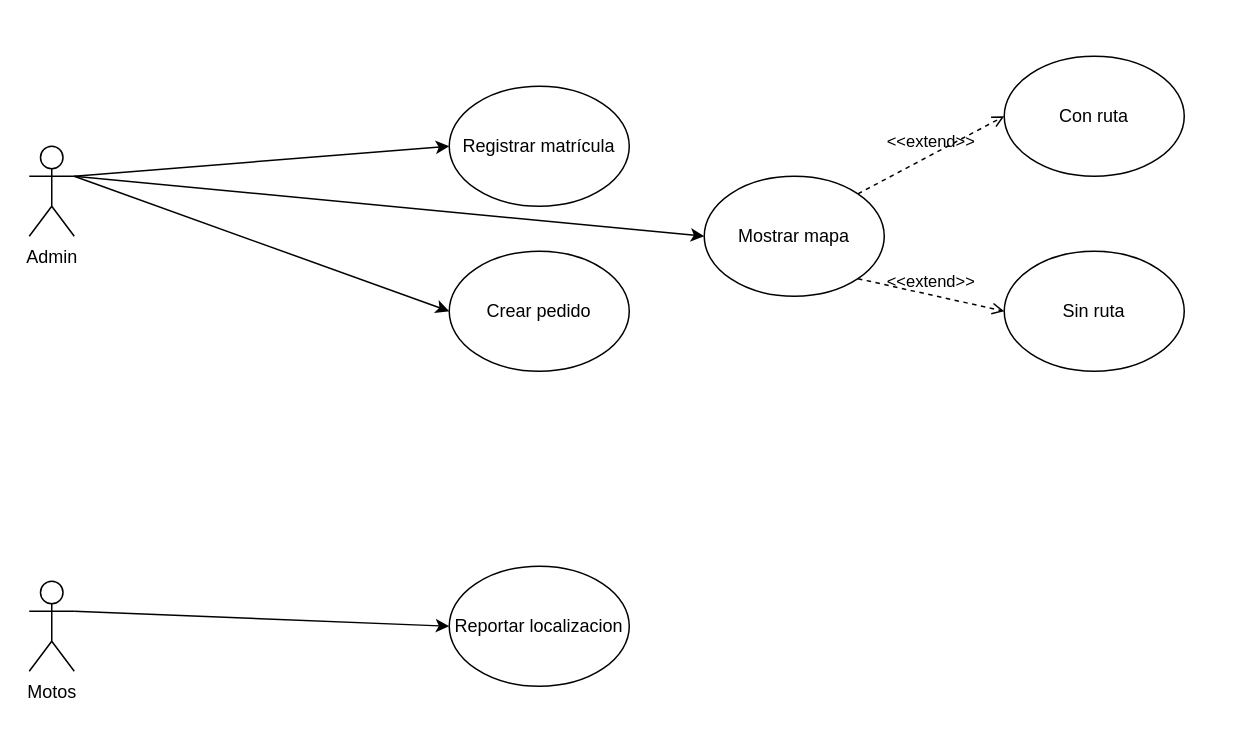
Above: Actividad2 - Delivery.drawio in Buhuk/diagramas (draw.io), before the change. Source tidied: cells renumbered, new cells numbered last; positions are measured from the earlier drawing's top-left corner, leaving out a move shared by most shapes. Both pictures are drawn from the tidied source at 150%, with x=0, y=0 at pixel (28, 56).
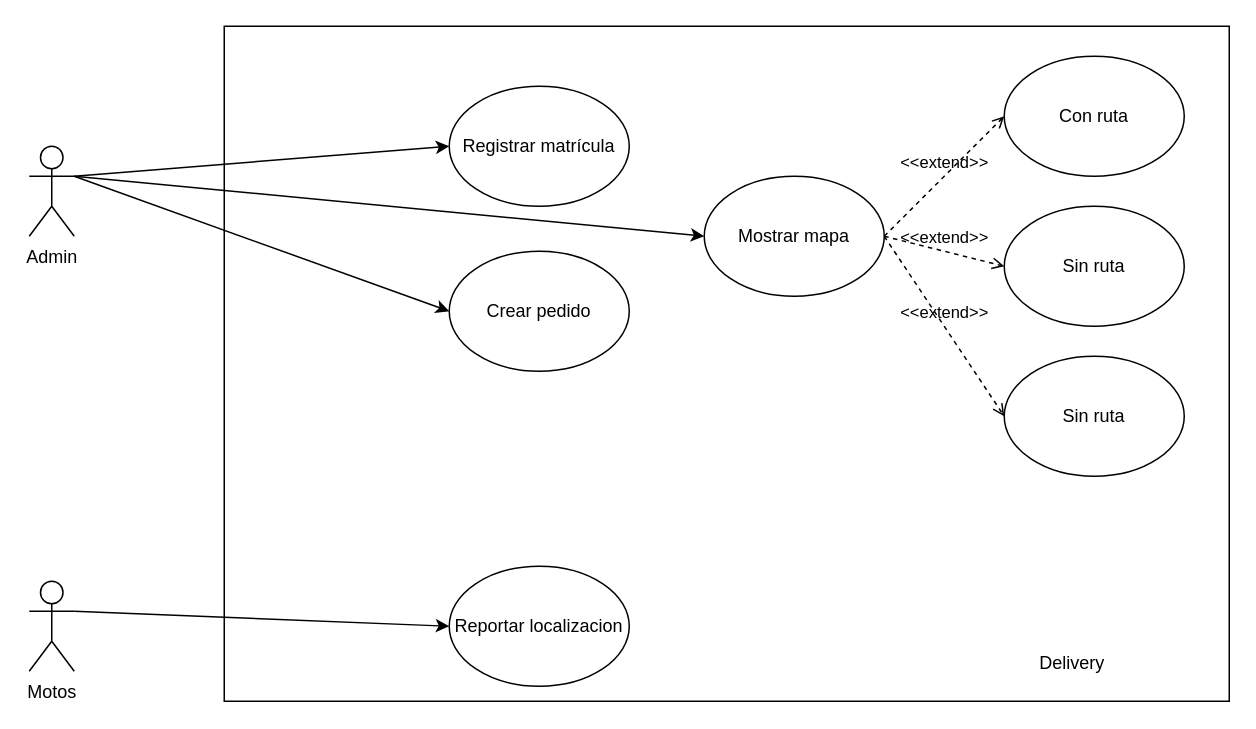
After the change.

Change to the diagram source:
```diff
@@
 <mxGraphModel>
   <root>
     <mxCell id="0" />
     <mxCell id="1" parent="0" />
     <mxCell id="2" style="rounded=0;jettySize=auto;html=1;exitX=1;exitY=0.3333333333333333;exitDx=0;exitDy=0;exitPerimeter=0;entryX=0;entryY=0.5;entryDx=0;entryDy=0;" parent="1" edge="1" source="3" target="5">
       <mxGeometry relative="1" as="geometry" />
     </mxCell>
     <mxCell id="3" value="&lt;div&gt;Admin&lt;/div&gt;" style="shape=umlActor;verticalLabelPosition=bottom;verticalAlign=top;html=1;outlineConnect=0;" parent="1" vertex="1">
       <mxGeometry y="60" width="30" height="60" as="geometry" />
     </mxCell>
     <mxCell id="4" value="Motos" style="shape=umlActor;verticalLabelPosition=bottom;verticalAlign=top;html=1;outlineConnect=0;" parent="1" vertex="1">
       <mxGeometry y="350" width="30" height="60" as="geometry" />
     </mxCell>
     <mxCell id="5" value="Registrar matrícula" style="ellipse;whiteSpace=wrap;html=1;" parent="1" vertex="1">
       <mxGeometry x="280" y="20" width="120" height="80" as="geometry" />
     </mxCell>
     <mxCell id="6" value="Crear pedido" style="ellipse;whiteSpace=wrap;html=1;" parent="1" vertex="1">
       <mxGeometry x="280" y="130" width="120" height="80" as="geometry" />
     </mxCell>
     <mxCell id="7" value="Reportar localizacion" style="ellipse;whiteSpace=wrap;html=1;" parent="1" vertex="1">
       <mxGeometry x="280" y="340" width="120" height="80" as="geometry" />
     </mxCell>
     <mxCell id="8" value="Mostrar mapa" style="ellipse;whiteSpace=wrap;html=1;" parent="1" vertex="1">
       <mxGeometry x="450" y="80" width="120" height="80" as="geometry" />
     </mxCell>
     <mxCell id="9" value="Con ruta" style="ellipse;whiteSpace=wrap;html=1;" parent="1" vertex="1">
       <mxGeometry x="650" width="120" height="80" as="geometry" />
     </mxCell>
     <mxCell id="10" value="Sin ruta" style="ellipse;whiteSpace=wrap;html=1;" parent="1" vertex="1">
-      <mxGeometry x="650" y="130" width="120" height="80" as="geometry" />
+      <mxGeometry x="650" y="100" width="120" height="80" as="geometry" />
     </mxCell>
     <mxCell id="11" style="rounded=0;jettySize=auto;html=1;exitX=1;exitY=0.3333333333333333;exitDx=0;exitDy=0;exitPerimeter=0;entryX=0;entryY=0.5;entryDx=0;entryDy=0;" parent="1" edge="1" source="3" target="6">
       <mxGeometry relative="1" as="geometry" />
     </mxCell>
     <mxCell id="12" style="rounded=0;jettySize=auto;html=1;exitX=1;exitY=0.3333333333333333;exitDx=0;exitDy=0;exitPerimeter=0;entryX=0;entryY=0.5;entryDx=0;entryDy=0;" parent="1" edge="1" source="3" target="8">
       <mxGeometry relative="1" as="geometry" />
     </mxCell>
-    <mxCell id="13" value="&amp;lt;&amp;lt;extend&amp;gt;&amp;gt;" style="html=1;verticalAlign=bottom;labelBackgroundColor=none;endArrow=open;endFill=0;dashed=1;rounded=0;exitX=1;exitY=0;exitDx=0;exitDy=0;entryX=0;entryY=0.5;entryDx=0;entryDy=0;" parent="1" edge="1" source="8" target="9">
+    <mxCell id="13" value="&amp;lt;&amp;lt;extend&amp;gt;&amp;gt;" style="html=1;verticalAlign=bottom;labelBackgroundColor=none;endArrow=open;endFill=0;dashed=1;rounded=0;exitX=1;exitY=0.5;exitDx=0;exitDy=0;entryX=0;entryY=0.5;entryDx=0;entryDy=0;" parent="1" edge="1" source="8" target="9">
       <mxGeometry relative="1" as="geometry" />
     </mxCell>
-    <mxCell id="14" value="&amp;lt;&amp;lt;extend&amp;gt;&amp;gt;" style="html=1;verticalAlign=bottom;labelBackgroundColor=none;endArrow=open;endFill=0;dashed=1;rounded=0;exitX=1;exitY=1;exitDx=0;exitDy=0;entryX=0;entryY=0.5;entryDx=0;entryDy=0;" parent="1" edge="1" source="8" target="10">
+    <mxCell id="14" value="&amp;lt;&amp;lt;extend&amp;gt;&amp;gt;" style="html=1;verticalAlign=bottom;labelBackgroundColor=none;endArrow=open;endFill=0;dashed=1;rounded=0;exitX=1;exitY=0.5;exitDx=0;exitDy=0;entryX=0;entryY=0.5;entryDx=0;entryDy=0;" parent="1" edge="1" source="8" target="10">
       <mxGeometry relative="1" as="geometry" />
     </mxCell>
     <mxCell id="15" style="rounded=0;jettySize=auto;html=1;exitX=1;exitY=0.3333333333333333;exitDx=0;exitDy=0;exitPerimeter=0;entryX=0;entryY=0.5;entryDx=0;entryDy=0;" parent="1" edge="1" source="4" target="7">
       <mxGeometry relative="1" as="geometry" />
     </mxCell>
+    <mxCell id="16" value="Sin ruta" style="ellipse;whiteSpace=wrap;html=1;" parent="1" vertex="1">
+      <mxGeometry x="650" y="200" width="120" height="80" as="geometry" />
+    </mxCell>
+    <mxCell id="17" value="&amp;lt;&amp;lt;extend&amp;gt;&amp;gt;" style="html=1;verticalAlign=bottom;labelBackgroundColor=none;endArrow=open;endFill=0;dashed=1;rounded=0;exitX=1;exitY=0.5;exitDx=0;exitDy=0;entryX=0;entryY=0.5;entryDx=0;entryDy=0;" parent="1" edge="1" source="8" target="16">
+      <mxGeometry relative="1" as="geometry" />
+    </mxCell>
+    <mxCell id="18" style="rounded=0;whiteSpace=wrap;html=1;fillStyle=hatch;fillColor=none;" parent="1" vertex="1">
+      <mxGeometry x="130" y="-20" width="670" height="450" as="geometry" />
+    </mxCell>
+    <mxCell id="19" value="Delivery" style="text;html=1;align=center;verticalAlign=middle;strokeColor=none;fillColor=none;" parent="1" vertex="1">
+      <mxGeometry x="660" y="390" width="70" height="30" as="geometry" />
+    </mxCell>
   </root>
 </mxGraphModel>
```
